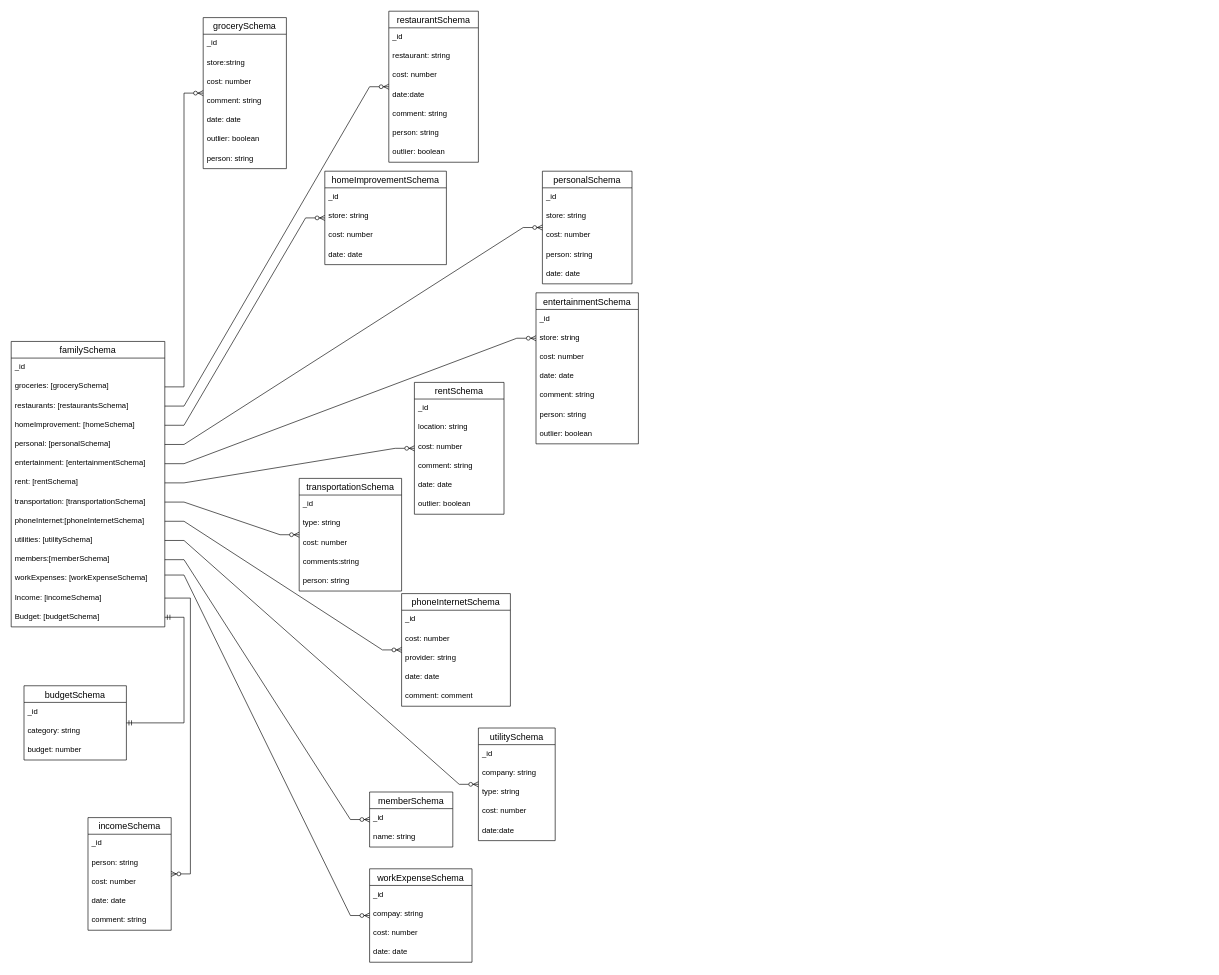
vanessaycui/budget-app keeps this draw.io diagram as personalfinance.drawio. Above is the earlier version. Source tidied: cells renumbered, new cells numbered last; positions are measured from the earlier drawing's top-left corner, leaving out a move shared by most shapes. Both pictures are drawn from the tidied source at 64%, with x=0, y=0 at pixel (11, 11).
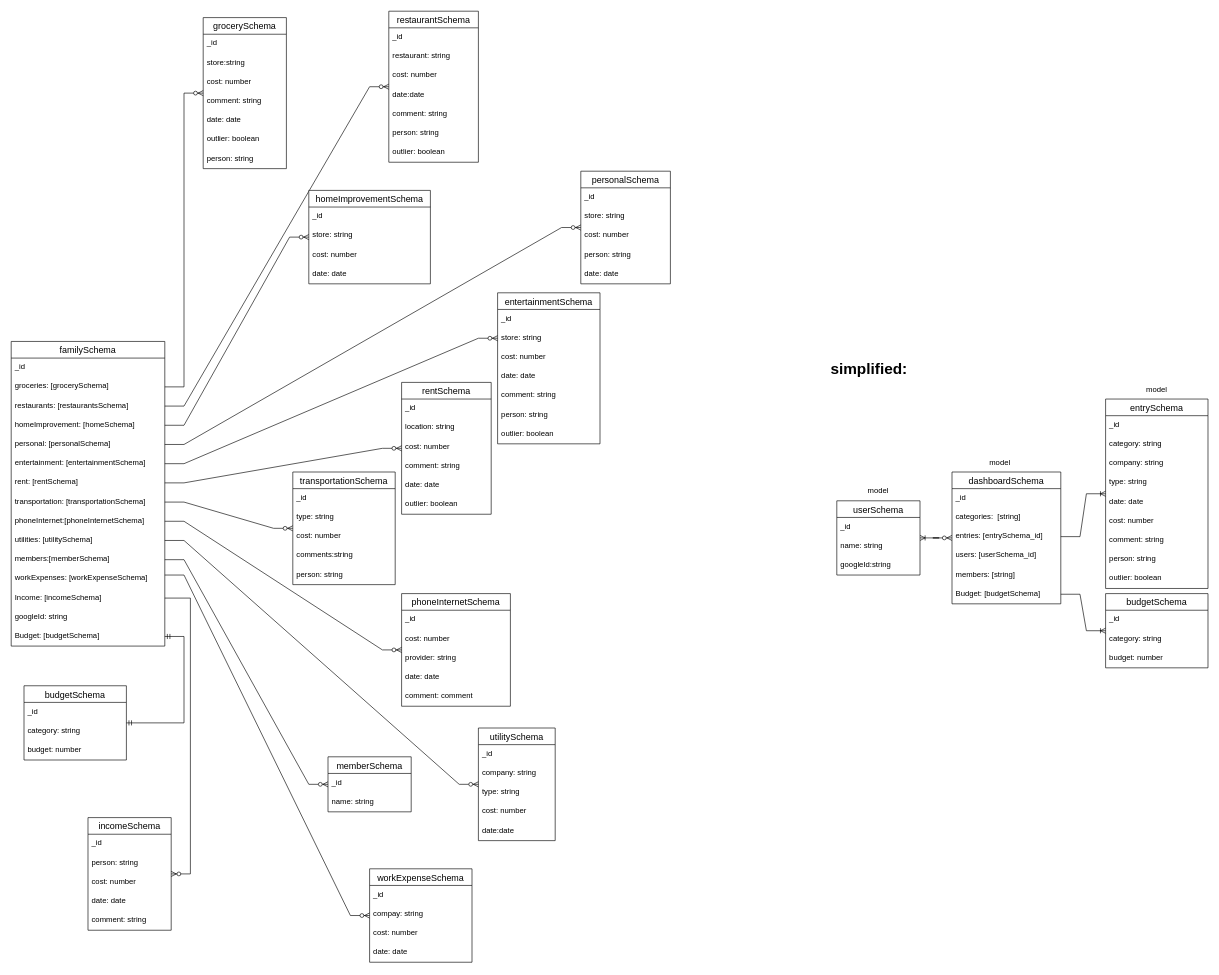
The same page after the edit.

Change to the diagram source:
```diff
@@
     <mxCell id="3" value="familySchema" style="swimlane;fontStyle=0;horizontal=1;startSize=26;align=center;fontSize=14;" parent="1" vertex="1">
-      <mxGeometry y="516" width="240" height="446" as="geometry" />
+      <mxGeometry y="516" width="240" height="476" as="geometry" />
     </mxCell>
@@
+    <mxCell id="108" value="googleId: string" style="text;strokeColor=none;fillColor=none;spacingLeft=4;spacingRight=4;overflow=hidden;fontSize=12;" parent="3" vertex="1">
+      <mxGeometry y="416" width="240" height="30" as="geometry" />
+    </mxCell>
     <mxCell id="17" value="Budget: [budgetSchema]" style="text;strokeColor=none;fillColor=none;spacingLeft=4;spacingRight=4;overflow=hidden;points=[[0,0.5],[1,0.5]];portConstraint=eastwest;fontSize=12;" parent="3" vertex="1">
-      <mxGeometry y="416" width="240" height="30" as="geometry" />
+      <mxGeometry y="446" width="240" height="30" as="geometry" />
     </mxCell>
@@
     <mxCell id="27" value="entertainmentSchema" style="swimlane;fontStyle=0;horizontal=1;startSize=26;align=center;fontSize=14;" parent="1" vertex="1">
-      <mxGeometry x="820" y="440" width="160" height="236" as="geometry" />
+      <mxGeometry x="760" y="440" width="160" height="236" as="geometry" />
     </mxCell>
@@
     <mxCell id="36" value="rentSchema" style="swimlane;fontStyle=0;horizontal=1;startSize=26;align=center;fontSize=14;" parent="1" vertex="1">
-      <mxGeometry x="630" y="580" width="140" height="206" as="geometry" />
+      <mxGeometry x="610" y="580" width="140" height="206" as="geometry" />
     </mxCell>
@@
     <mxCell id="66" value="memberSchema" style="swimlane;fontStyle=0;horizontal=1;startSize=26;align=center;fontSize=14;" parent="1" vertex="1">
-      <mxGeometry x="560" y="1220" width="130" height="86" as="geometry" />
+      <mxGeometry x="495" y="1165" width="130" height="86" as="geometry" />
     </mxCell>
@@
     <mxCell id="70" value="transportationSchema" style="swimlane;fontStyle=0;horizontal=1;startSize=26;align=center;fontSize=14;" parent="1" vertex="1">
-      <mxGeometry x="450" y="730" width="160" height="176" as="geometry" />
+      <mxGeometry x="440" y="720" width="160" height="176" as="geometry" />
     </mxCell>
@@
     <mxCell id="84" value="personalSchema" style="swimlane;fontStyle=0;horizontal=1;startSize=26;align=center;fontSize=14;" parent="1" vertex="1">
-      <mxGeometry x="830" y="250" width="140" height="176" as="geometry" />
+      <mxGeometry x="890" y="250" width="140" height="176" as="geometry" />
     </mxCell>
@@
     <mxCell id="91" value="homeImprovementSchema" style="swimlane;fontStyle=0;horizontal=1;startSize=26;align=center;fontSize=14;" parent="1" vertex="1">
-      <mxGeometry x="490" y="250" width="190" height="146" as="geometry" />
+      <mxGeometry x="465" y="280" width="190" height="146" as="geometry" />
     </mxCell>
@@
+    <mxCell id="109" value="entrySchema" style="swimlane;fontStyle=0;horizontal=1;startSize=26;align=center;fontSize=14;" parent="1" vertex="1">
+      <mxGeometry x="1710" y="606" width="160" height="296" as="geometry" />
+    </mxCell>
+    <mxCell id="110" value="_id" style="text;strokeColor=none;fillColor=none;spacingLeft=4;spacingRight=4;overflow=hidden;fontSize=12;" parent="109" vertex="1">
+      <mxGeometry y="26" width="160" height="30" as="geometry" />
+    </mxCell>
+    <mxCell id="111" value="category: string" style="text;strokeColor=none;fillColor=none;spacingLeft=4;spacingRight=4;overflow=hidden;fontSize=12;" parent="109" vertex="1">
+      <mxGeometry y="56" width="160" height="30" as="geometry" />
+    </mxCell>
+    <mxCell id="112" value="company: string" style="text;strokeColor=none;fillColor=none;spacingLeft=4;spacingRight=4;overflow=hidden;fontSize=12;" parent="109" vertex="1">
+      <mxGeometry y="86" width="160" height="30" as="geometry" />
+    </mxCell>
+    <mxCell id="113" value="type: string" style="text;strokeColor=none;fillColor=none;spacingLeft=4;spacingRight=4;overflow=hidden;fontSize=12;" parent="109" vertex="1">
+      <mxGeometry y="116" width="160" height="30" as="geometry" />
+    </mxCell>
+    <mxCell id="114" value="date: date" style="text;strokeColor=none;fillColor=none;spacingLeft=4;spacingRight=4;overflow=hidden;fontSize=12;" parent="109" vertex="1">
+      <mxGeometry y="146" width="160" height="30" as="geometry" />
+    </mxCell>
+    <mxCell id="115" value="cost: number" style="text;strokeColor=none;fillColor=none;spacingLeft=4;spacingRight=4;overflow=hidden;fontSize=12;" parent="109" vertex="1">
+      <mxGeometry y="176" width="160" height="30" as="geometry" />
+    </mxCell>
+    <mxCell id="116" value="comment: string" style="text;strokeColor=none;fillColor=none;spacingLeft=4;spacingRight=4;overflow=hidden;fontSize=12;" parent="109" vertex="1">
+      <mxGeometry y="206" width="160" height="30" as="geometry" />
+    </mxCell>
+    <mxCell id="117" value="person: string" style="text;strokeColor=none;fillColor=none;spacingLeft=4;spacingRight=4;overflow=hidden;fontSize=12;" parent="109" vertex="1">
+      <mxGeometry y="236" width="160" height="30" as="geometry" />
+    </mxCell>
+    <mxCell id="118" value="outlier: boolean" style="text;strokeColor=none;fillColor=none;spacingLeft=4;spacingRight=4;overflow=hidden;fontSize=12;" parent="109" vertex="1">
+      <mxGeometry y="266" width="160" height="30" as="geometry" />
+    </mxCell>
+    <mxCell id="119" value="dashboardSchema" style="swimlane;fontStyle=0;horizontal=1;startSize=26;align=center;fontSize=14;" parent="1" vertex="1">
+      <mxGeometry x="1470" y="720" width="170" height="206" as="geometry" />
+    </mxCell>
+    <mxCell id="120" value="_id" style="text;strokeColor=none;fillColor=none;spacingLeft=4;spacingRight=4;overflow=hidden;fontSize=12;" parent="119" vertex="1">
+      <mxGeometry y="26" width="170" height="30" as="geometry" />
+    </mxCell>
+    <mxCell id="121" value="categories:  [string]" style="text;strokeColor=none;fillColor=none;spacingLeft=4;spacingRight=4;overflow=hidden;fontSize=12;" parent="119" vertex="1">
+      <mxGeometry y="56" width="170" height="30" as="geometry" />
+    </mxCell>
+    <mxCell id="122" value="entries: [entrySchema_id]" style="text;strokeColor=none;fillColor=none;spacingLeft=4;spacingRight=4;overflow=hidden;points=[[0,0.5],[1,0.5]];portConstraint=eastwest;fontSize=12;" parent="119" vertex="1">
+      <mxGeometry y="86" width="170" height="30" as="geometry" />
+    </mxCell>
+    <mxCell id="123" value="users: [userSchema_id]" style="text;strokeColor=none;fillColor=none;spacingLeft=4;spacingRight=4;overflow=hidden;fontSize=12;" parent="119" vertex="1">
+      <mxGeometry y="116" width="170" height="30" as="geometry" />
+    </mxCell>
+    <mxCell id="124" value="members: [string]" style="text;strokeColor=none;fillColor=none;spacingLeft=4;spacingRight=4;overflow=hidden;fontSize=12;" parent="119" vertex="1">
+      <mxGeometry y="146" width="170" height="30" as="geometry" />
+    </mxCell>
+    <mxCell id="125" value="Budget: [budgetSchema]" style="text;strokeColor=none;fillColor=none;spacingLeft=4;spacingRight=4;overflow=hidden;points=[[0,0.5],[1,0.5]];portConstraint=eastwest;fontSize=12;" parent="119" vertex="1">
+      <mxGeometry y="176" width="170" height="30" as="geometry" />
+    </mxCell>
+    <mxCell id="126" value="budgetSchema" style="swimlane;fontStyle=0;horizontal=1;startSize=26;align=center;fontSize=14;" parent="1" vertex="1">
+      <mxGeometry x="1710" y="910" width="160" height="116" as="geometry" />
+    </mxCell>
+    <mxCell id="127" value="_id" style="text;strokeColor=none;fillColor=none;spacingLeft=4;spacingRight=4;overflow=hidden;fontSize=12;" parent="126" vertex="1">
+      <mxGeometry y="26" width="160" height="30" as="geometry" />
+    </mxCell>
+    <mxCell id="128" value="category: string" style="text;strokeColor=none;fillColor=none;spacingLeft=4;spacingRight=4;overflow=hidden;fontSize=12;" parent="126" vertex="1">
+      <mxGeometry y="56" width="160" height="30" as="geometry" />
+    </mxCell>
+    <mxCell id="129" value="budget: number" style="text;strokeColor=none;fillColor=none;spacingLeft=4;spacingRight=4;overflow=hidden;fontSize=12;" parent="126" vertex="1">
+      <mxGeometry y="86" width="160" height="30" as="geometry" />
+    </mxCell>
+    <mxCell id="130" value="simplified:" style="text;strokeColor=none;fillColor=none;html=1;fontSize=24;fontStyle=1;verticalAlign=middle;align=center;" parent="1" vertex="1">
+      <mxGeometry x="1290" y="540" width="100" height="40" as="geometry" />
+    </mxCell>
+    <mxCell id="131" style="edgeStyle=entityRelationEdgeStyle;fontSize=12;html=1;endArrow=ERoneToMany;rounded=0;exitX=1;exitY=0.5;exitDx=0;exitDy=0;" parent="1" edge="1" source="125" target="126">
+      <mxGeometry relative="1" as="geometry" />
+    </mxCell>
+    <mxCell id="132" style="edgeStyle=entityRelationEdgeStyle;fontSize=12;html=1;endArrow=ERoneToMany;rounded=0;exitX=1;exitY=0.5;exitDx=0;exitDy=0;" parent="1" edge="1" source="122" target="109">
+      <mxGeometry relative="1" as="geometry" />
+    </mxCell>
+    <mxCell id="133" value="userSchema" style="swimlane;fontStyle=0;horizontal=1;startSize=26;align=center;fontSize=14;" parent="1" vertex="1">
+      <mxGeometry x="1290" y="765" width="130" height="116" as="geometry" />
+    </mxCell>
+    <mxCell id="134" value="_id" style="text;strokeColor=none;fillColor=none;spacingLeft=4;spacingRight=4;overflow=hidden;fontSize=12;" parent="133" vertex="1">
+      <mxGeometry y="26" width="130" height="30" as="geometry" />
+    </mxCell>
+    <mxCell id="135" value="name: string" style="text;strokeColor=none;fillColor=none;spacingLeft=4;spacingRight=4;overflow=hidden;fontSize=12;" parent="133" vertex="1">
+      <mxGeometry y="56" width="130" height="30" as="geometry" />
+    </mxCell>
+    <mxCell id="136" value="googleId:string" style="text;strokeColor=none;fillColor=none;spacingLeft=4;spacingRight=4;overflow=hidden;fontSize=12;" parent="133" vertex="1">
+      <mxGeometry y="86" width="130" height="30" as="geometry" />
+    </mxCell>
+    <mxCell id="137" value="model" style="text;html=1;strokeColor=none;fillColor=none;align=center;verticalAlign=middle;whiteSpace=wrap;rounded=0;" parent="1" vertex="1">
+      <mxGeometry x="1325" y="735" width="60" height="30" as="geometry" />
+    </mxCell>
+    <mxCell id="138" value="model" style="text;html=1;strokeColor=none;fillColor=none;align=center;verticalAlign=middle;whiteSpace=wrap;rounded=0;" parent="1" vertex="1">
+      <mxGeometry x="1515" y="690" width="60" height="30" as="geometry" />
+    </mxCell>
+    <mxCell id="139" style="edgeStyle=entityRelationEdgeStyle;fontSize=12;html=1;endArrow=ERoneToMany;startArrow=ERzeroToMany;rounded=0;" parent="1" edge="1" source="119" target="133">
+      <mxGeometry relative="1" as="geometry" />
+    </mxCell>
+    <mxCell id="140" value="model" style="text;html=1;strokeColor=none;fillColor=none;align=center;verticalAlign=middle;whiteSpace=wrap;rounded=0;" parent="1" vertex="1">
+      <mxGeometry x="1760" y="576" width="60" height="30" as="geometry" />
+    </mxCell>
```
